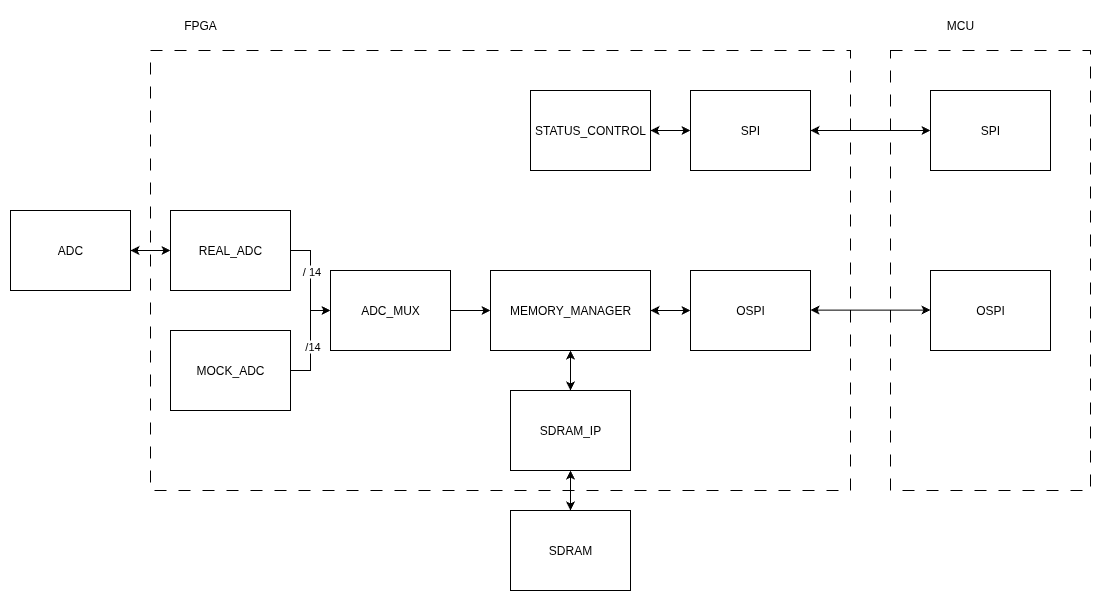
Above: docs/fpga_architecture/fpga_architecture.drawio.png in PiatekBartosz/DigitalOscilloscope_FPGA (draw.io), before the change. Source tidied: cells renumbered, new cells last; positions are measured from the earlier drawing's top-left corner, leaving out a move shared by most shapes. Its diagram source:
```xml
<mxGraphModel>
  <root>
    <mxCell id="0" />
    <mxCell id="1" parent="0" />
    <mxCell id="2" style="rounded=0;whiteSpace=wrap;html=1;fillColor=none;dashed=1;dashPattern=12 12;" parent="1" vertex="1">
      <mxGeometry x="140" y="40" width="700" height="440" as="geometry" />
    </mxCell>
    <mxCell id="3" style="edgeStyle=orthogonalEdgeStyle;rounded=0;jettySize=auto;html=1;entryX=0;entryY=0.5;entryDx=0;entryDy=0;" parent="1" edge="1" source="5" target="10">
      <mxGeometry relative="1" as="geometry" />
    </mxCell>
    <mxCell id="4" value="/14" style="edgeLabel;html=1;align=center;verticalAlign=middle;" parent="3" vertex="1">
      <mxGeometry x="-0.09" y="-1" relative="1" as="geometry" />
    </mxCell>
    <mxCell id="5" value="MOCK_ADC" style="rounded=0;whiteSpace=wrap;html=1;" parent="1" vertex="1">
      <mxGeometry x="160" y="320" width="120" height="80" as="geometry" />
    </mxCell>
    <mxCell id="6" style="edgeStyle=orthogonalEdgeStyle;rounded=0;jettySize=auto;html=1;entryX=0;entryY=0.5;entryDx=0;entryDy=0;" parent="1" edge="1" source="8" target="10">
      <mxGeometry relative="1" as="geometry" />
    </mxCell>
    <mxCell id="7" value="/ 14" style="edgeLabel;html=1;align=center;verticalAlign=middle;" parent="6" vertex="1">
      <mxGeometry x="-0.2" relative="1" as="geometry" />
    </mxCell>
    <mxCell id="8" value="REAL_ADC" style="rounded=0;whiteSpace=wrap;html=1;" parent="1" vertex="1">
      <mxGeometry x="160" y="200" width="120" height="80" as="geometry" />
    </mxCell>
    <mxCell id="9" style="edgeStyle=orthogonalEdgeStyle;rounded=0;jettySize=auto;html=1;entryX=0;entryY=0.5;entryDx=0;entryDy=0;" parent="1" edge="1" source="10" target="12">
      <mxGeometry relative="1" as="geometry" />
    </mxCell>
    <mxCell id="10" value="ADC_MUX" style="rounded=0;whiteSpace=wrap;html=1;" parent="1" vertex="1">
      <mxGeometry x="320" y="260" width="120" height="80" as="geometry" />
    </mxCell>
    <mxCell id="11" value="STATUS_CONTROL" style="rounded=0;whiteSpace=wrap;html=1;" parent="1" vertex="1">
      <mxGeometry x="520" y="80" width="120" height="80" as="geometry" />
    </mxCell>
    <mxCell id="12" value="MEMORY_MANAGER" style="rounded=0;whiteSpace=wrap;html=1;" parent="1" vertex="1">
      <mxGeometry x="480" y="260" width="160" height="80" as="geometry" />
    </mxCell>
    <mxCell id="13" value="SDRAM_IP" style="rounded=0;whiteSpace=wrap;html=1;" parent="1" vertex="1">
      <mxGeometry x="500" y="380" width="120" height="80" as="geometry" />
    </mxCell>
    <mxCell id="14" style="endArrow=classic;startArrow=classic;html=1;rounded=0;entryX=0.5;entryY=1;entryDx=0;entryDy=0;exitX=0.5;exitY=0;exitDx=0;exitDy=0;" parent="1" edge="1" source="13" target="12">
      <mxGeometry relative="1" as="geometry">
        <Array as="points">
          <mxPoint x="560" y="360" />
        </Array>
      </mxGeometry>
    </mxCell>
    <mxCell id="15" value="OSPI" style="rounded=0;whiteSpace=wrap;html=1;" parent="1" vertex="1">
      <mxGeometry x="680" y="260" width="120" height="80" as="geometry" />
    </mxCell>
    <mxCell id="16" value="SPI" style="rounded=0;whiteSpace=wrap;html=1;" parent="1" vertex="1">
      <mxGeometry x="680" y="80" width="120" height="80" as="geometry" />
    </mxCell>
    <mxCell id="17" style="endArrow=classic;startArrow=classic;html=1;rounded=0;entryX=0;entryY=0.5;entryDx=0;entryDy=0;exitX=1;exitY=0.5;exitDx=0;exitDy=0;" parent="1" edge="1" source="11" target="16">
      <mxGeometry relative="1" as="geometry" />
    </mxCell>
    <mxCell id="18" value="ADC" style="rounded=0;whiteSpace=wrap;html=1;" parent="1" vertex="1">
      <mxGeometry y="200" width="120" height="80" as="geometry" />
    </mxCell>
    <mxCell id="19" style="endArrow=classic;startArrow=classic;html=1;rounded=0;exitX=1;exitY=0.5;exitDx=0;exitDy=0;entryX=0;entryY=0.5;entryDx=0;entryDy=0;" parent="1" edge="1" source="18" target="8">
      <mxGeometry relative="1" as="geometry" />
    </mxCell>
    <mxCell id="20" style="endArrow=classic;startArrow=classic;html=1;rounded=0;exitX=1;exitY=0.5;exitDx=0;exitDy=0;entryX=0;entryY=0.5;entryDx=0;entryDy=0;" parent="1" edge="1" source="12" target="15">
      <mxGeometry relative="1" as="geometry" />
    </mxCell>
    <mxCell id="21" value="SDRAM" style="rounded=0;whiteSpace=wrap;html=1;" parent="1" vertex="1">
      <mxGeometry x="500" y="500" width="120" height="80" as="geometry" />
    </mxCell>
    <mxCell id="22" style="endArrow=classic;startArrow=classic;html=1;rounded=0;entryX=0.5;entryY=1;entryDx=0;entryDy=0;exitX=0.5;exitY=0;exitDx=0;exitDy=0;" parent="1" edge="1" source="21">
      <mxGeometry relative="1" as="geometry">
        <mxPoint x="560" y="460" as="targetPoint" />
        <Array as="points">
          <mxPoint x="560" y="480" />
        </Array>
      </mxGeometry>
    </mxCell>
    <mxCell id="23" value="FPGA" style="text;html=1;align=center;verticalAlign=middle;whiteSpace=wrap;rounded=0;" parent="1" vertex="1">
      <mxGeometry x="160" width="60" height="30" as="geometry" />
    </mxCell>
    <mxCell id="24" style="rounded=0;whiteSpace=wrap;html=1;fillColor=none;dashed=1;dashPattern=12 12;" parent="1" vertex="1">
      <mxGeometry x="880" y="40" width="200" height="440" as="geometry" />
    </mxCell>
    <mxCell id="25" value="MCU" style="text;html=1;align=center;verticalAlign=middle;whiteSpace=wrap;rounded=0;" parent="1" vertex="1">
      <mxGeometry x="920" width="60" height="30" as="geometry" />
    </mxCell>
    <mxCell id="26" value="SPI" style="rounded=0;whiteSpace=wrap;html=1;" parent="1" vertex="1">
      <mxGeometry x="920" y="80" width="120" height="80" as="geometry" />
    </mxCell>
    <mxCell id="27" value="OSPI" style="rounded=0;whiteSpace=wrap;html=1;" parent="1" vertex="1">
      <mxGeometry x="920" y="260" width="120" height="80" as="geometry" />
    </mxCell>
    <mxCell id="28" style="endArrow=classic;startArrow=classic;html=1;rounded=0;entryX=0;entryY=0.5;entryDx=0;entryDy=0;exitX=1;exitY=0.5;exitDx=0;exitDy=0;" parent="1" edge="1" source="16" target="26">
      <mxGeometry relative="1" as="geometry" />
    </mxCell>
    <mxCell id="29" style="endArrow=classic;startArrow=classic;html=1;rounded=0;entryX=0;entryY=0.5;entryDx=0;entryDy=0;exitX=1;exitY=0.5;exitDx=0;exitDy=0;" parent="1" edge="1">
      <mxGeometry relative="1" as="geometry">
        <mxPoint x="800" y="299.6" as="sourcePoint" />
        <mxPoint x="920" y="299.6" as="targetPoint" />
      </mxGeometry>
    </mxCell>
  </root>
</mxGraphModel>
```
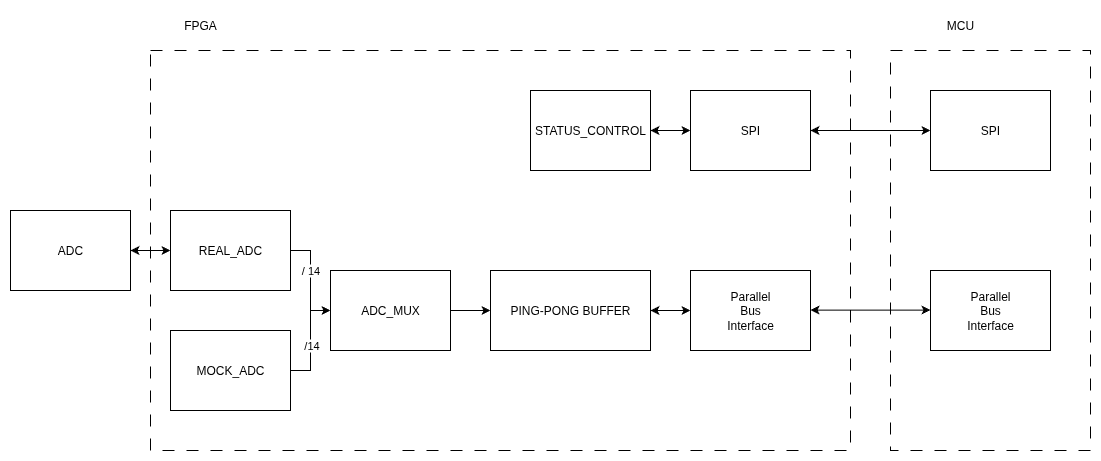
Later version of the same file.

Diff of the diagram source:
```diff
@@ -3,7 +3,7 @@
     <mxCell id="0" />
     <mxCell id="1" parent="0" />
     <mxCell id="2" style="rounded=0;whiteSpace=wrap;html=1;fillColor=none;dashed=1;dashPattern=12 12;" parent="1" vertex="1">
-      <mxGeometry x="140" y="40" width="700" height="440" as="geometry" />
+      <mxGeometry x="140" y="40" width="700" height="400" as="geometry" />
     </mxCell>
     <mxCell id="3" style="edgeStyle=orthogonalEdgeStyle;rounded=0;jettySize=auto;html=1;entryX=0;entryY=0.5;entryDx=0;entryDy=0;" parent="1" edge="1" source="5" target="10">
       <mxGeometry relative="1" as="geometry" />
@@ -32,20 +32,10 @@
     <mxCell id="11" value="STATUS_CONTROL" style="rounded=0;whiteSpace=wrap;html=1;" parent="1" vertex="1">
       <mxGeometry x="520" y="80" width="120" height="80" as="geometry" />
     </mxCell>
-    <mxCell id="12" value="MEMORY_MANAGER" style="rounded=0;whiteSpace=wrap;html=1;" parent="1" vertex="1">
+    <mxCell id="12" value="PING-PONG BUFFER" style="rounded=0;whiteSpace=wrap;html=1;" parent="1" vertex="1">
       <mxGeometry x="480" y="260" width="160" height="80" as="geometry" />
     </mxCell>
-    <mxCell id="13" value="SDRAM_IP" style="rounded=0;whiteSpace=wrap;html=1;" parent="1" vertex="1">
-      <mxGeometry x="500" y="380" width="120" height="80" as="geometry" />
-    </mxCell>
-    <mxCell id="14" style="endArrow=classic;startArrow=classic;html=1;rounded=0;entryX=0.5;entryY=1;entryDx=0;entryDy=0;exitX=0.5;exitY=0;exitDx=0;exitDy=0;" parent="1" edge="1" source="13" target="12">
-      <mxGeometry relative="1" as="geometry">
-        <Array as="points">
-          <mxPoint x="560" y="360" />
-        </Array>
-      </mxGeometry>
-    </mxCell>
-    <mxCell id="15" value="OSPI" style="rounded=0;whiteSpace=wrap;html=1;" parent="1" vertex="1">
+    <mxCell id="15" value="Parallel&lt;br&gt;Bus&lt;br&gt;Interface" style="rounded=0;whiteSpace=wrap;html=1;" parent="1" vertex="1">
       <mxGeometry x="680" y="260" width="120" height="80" as="geometry" />
     </mxCell>
     <mxCell id="16" value="SPI" style="rounded=0;whiteSpace=wrap;html=1;" parent="1" vertex="1">
@@ -63,22 +53,11 @@
     <mxCell id="20" style="endArrow=classic;startArrow=classic;html=1;rounded=0;exitX=1;exitY=0.5;exitDx=0;exitDy=0;entryX=0;entryY=0.5;entryDx=0;entryDy=0;" parent="1" edge="1" source="12" target="15">
       <mxGeometry relative="1" as="geometry" />
     </mxCell>
-    <mxCell id="21" value="SDRAM" style="rounded=0;whiteSpace=wrap;html=1;" parent="1" vertex="1">
-      <mxGeometry x="500" y="500" width="120" height="80" as="geometry" />
-    </mxCell>
-    <mxCell id="22" style="endArrow=classic;startArrow=classic;html=1;rounded=0;entryX=0.5;entryY=1;entryDx=0;entryDy=0;exitX=0.5;exitY=0;exitDx=0;exitDy=0;" parent="1" edge="1" source="21">
-      <mxGeometry relative="1" as="geometry">
-        <mxPoint x="560" y="460" as="targetPoint" />
-        <Array as="points">
-          <mxPoint x="560" y="480" />
-        </Array>
-      </mxGeometry>
-    </mxCell>
     <mxCell id="23" value="FPGA" style="text;html=1;align=center;verticalAlign=middle;whiteSpace=wrap;rounded=0;" parent="1" vertex="1">
       <mxGeometry x="160" width="60" height="30" as="geometry" />
     </mxCell>
     <mxCell id="24" style="rounded=0;whiteSpace=wrap;html=1;fillColor=none;dashed=1;dashPattern=12 12;" parent="1" vertex="1">
-      <mxGeometry x="880" y="40" width="200" height="440" as="geometry" />
+      <mxGeometry x="880" y="40" width="200" height="400" as="geometry" />
     </mxCell>
     <mxCell id="25" value="MCU" style="text;html=1;align=center;verticalAlign=middle;whiteSpace=wrap;rounded=0;" parent="1" vertex="1">
       <mxGeometry x="920" width="60" height="30" as="geometry" />
@@ -86,7 +65,7 @@
     <mxCell id="26" value="SPI" style="rounded=0;whiteSpace=wrap;html=1;" parent="1" vertex="1">
       <mxGeometry x="920" y="80" width="120" height="80" as="geometry" />
     </mxCell>
-    <mxCell id="27" value="OSPI" style="rounded=0;whiteSpace=wrap;html=1;" parent="1" vertex="1">
+    <mxCell id="27" value="Parallel&lt;br&gt;Bus&lt;br&gt;Interface" style="rounded=0;whiteSpace=wrap;html=1;" parent="1" vertex="1">
       <mxGeometry x="920" y="260" width="120" height="80" as="geometry" />
     </mxCell>
     <mxCell id="28" style="endArrow=classic;startArrow=classic;html=1;rounded=0;entryX=0;entryY=0.5;entryDx=0;entryDy=0;exitX=1;exitY=0.5;exitDx=0;exitDy=0;" parent="1" edge="1" source="16" target="26">
```
